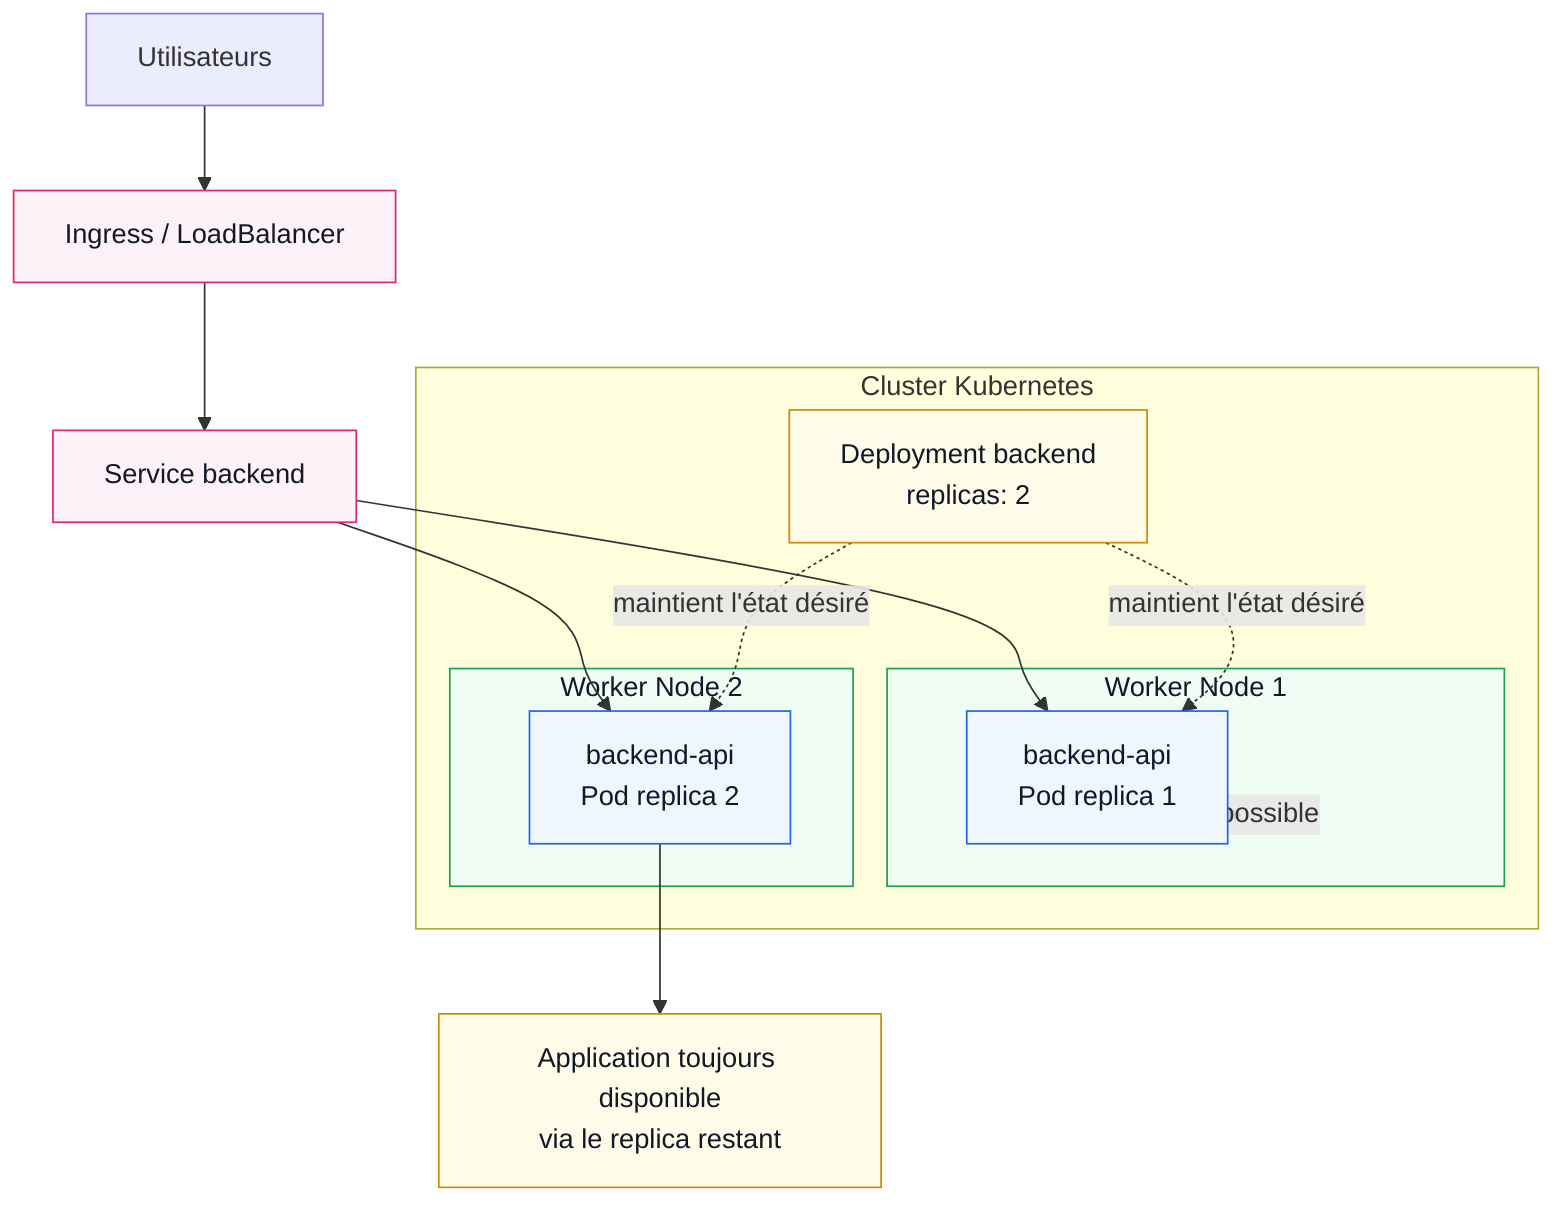
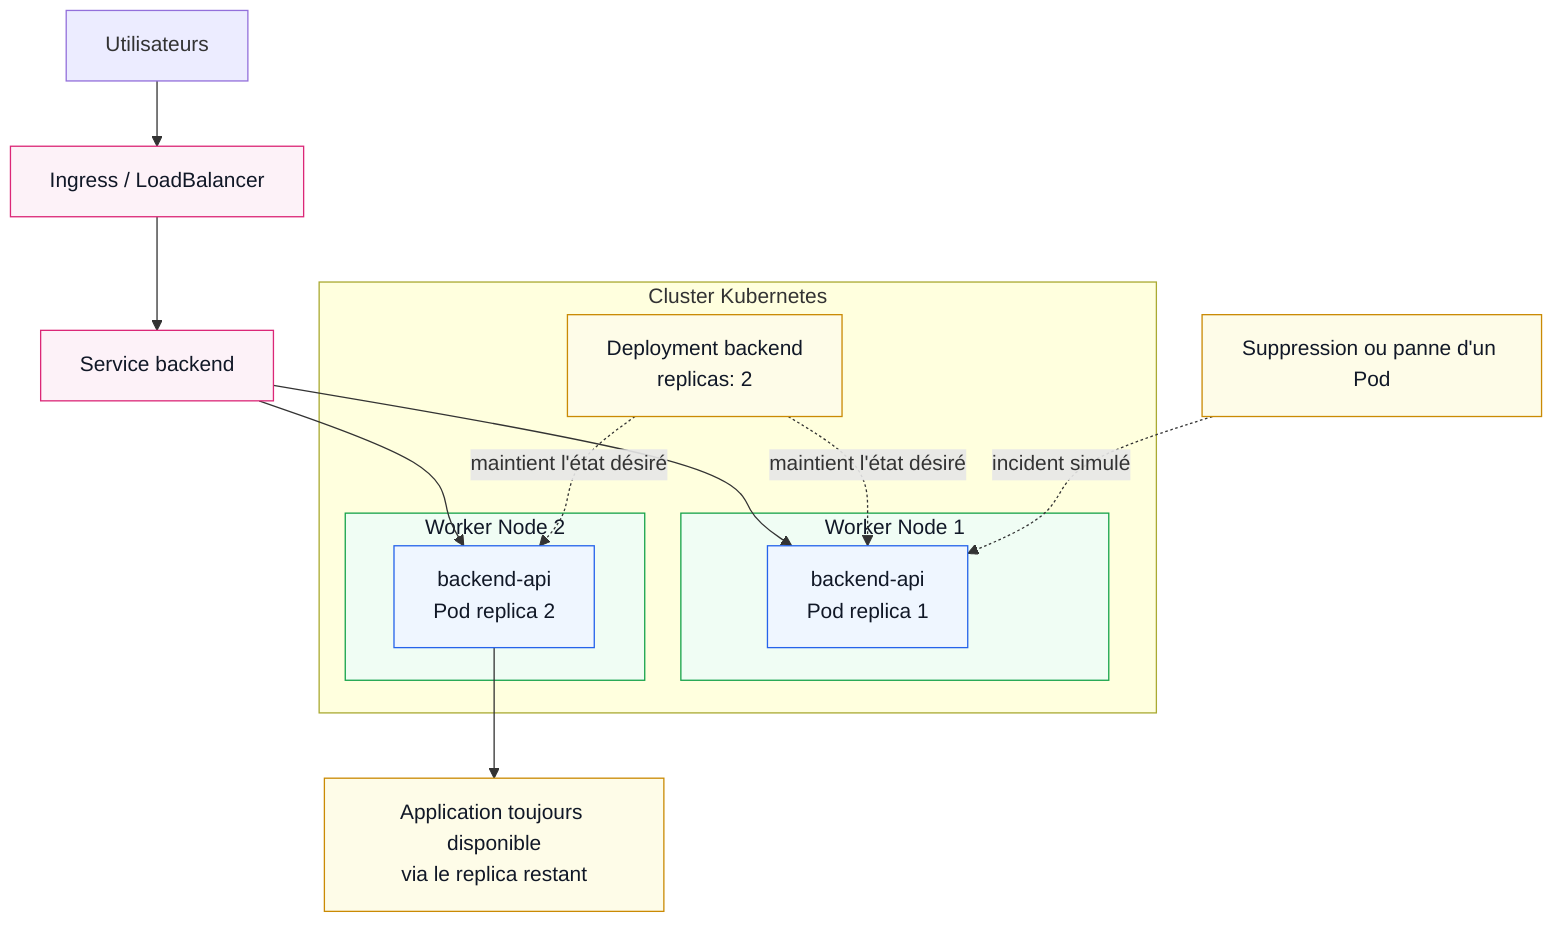
flowchart TB
    users["Utilisateurs"] --> ingress["Ingress / LoadBalancer"]
    ingress --> svc["Service backend"]

    subgraph cluster["Cluster Kubernetes"]
        subgraph worker1["Worker Node 1"]
            pod1["backend-api\nPod replica 1"]
        end

        subgraph worker2["Worker Node 2"]
            pod2["backend-api\nPod replica 2"]
        end

        deploy["Deployment backend\nreplicas: 2"]
    end

    svc --> pod1
    svc --> pod2
    deploy -. maintient l'état désiré .-> pod1
    deploy -. maintient l'état désiré .-> pod2

-     worker1 -. panne possible .-> pod1
+     incident["Suppression ou panne d'un Pod"] -. incident simulé .-> pod1
    pod2 --> available["Application toujours disponible\nvia le replica restant"]

    classDef worker fill:#f0fdf4,stroke:#16a34a,color:#111827
    classDef pod fill:#eff6ff,stroke:#2563eb,color:#111827
    classDef service fill:#fdf2f8,stroke:#db2777,color:#111827
    classDef note fill:#fefce8,stroke:#ca8a04,color:#111827

    class worker1,worker2 worker
    class pod1,pod2 pod
    class ingress,svc service
-     class available,deploy note
+     class available,deploy,incident note
